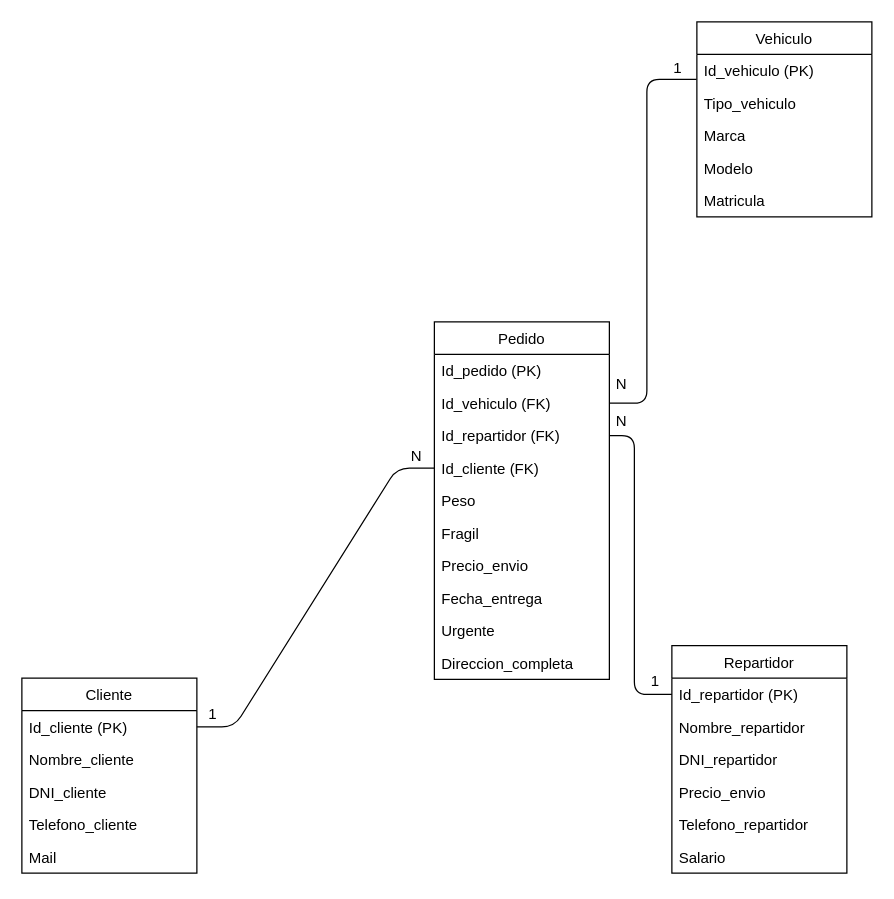
cjsampe/EMPRESA_REPARTO keeps this draw.io diagram as page "Page-2" (2 of 2) of Diagrama_REPARTO.drawio. Above is the earlier version. Source tidied: cells renumbered, new cells numbered last; positions are measured from the earlier drawing's top-left corner, leaving out a move shared by most shapes. Both pictures are drawn from the tidied source at 125%, with x=0, y=0 at pixel (21, 21).
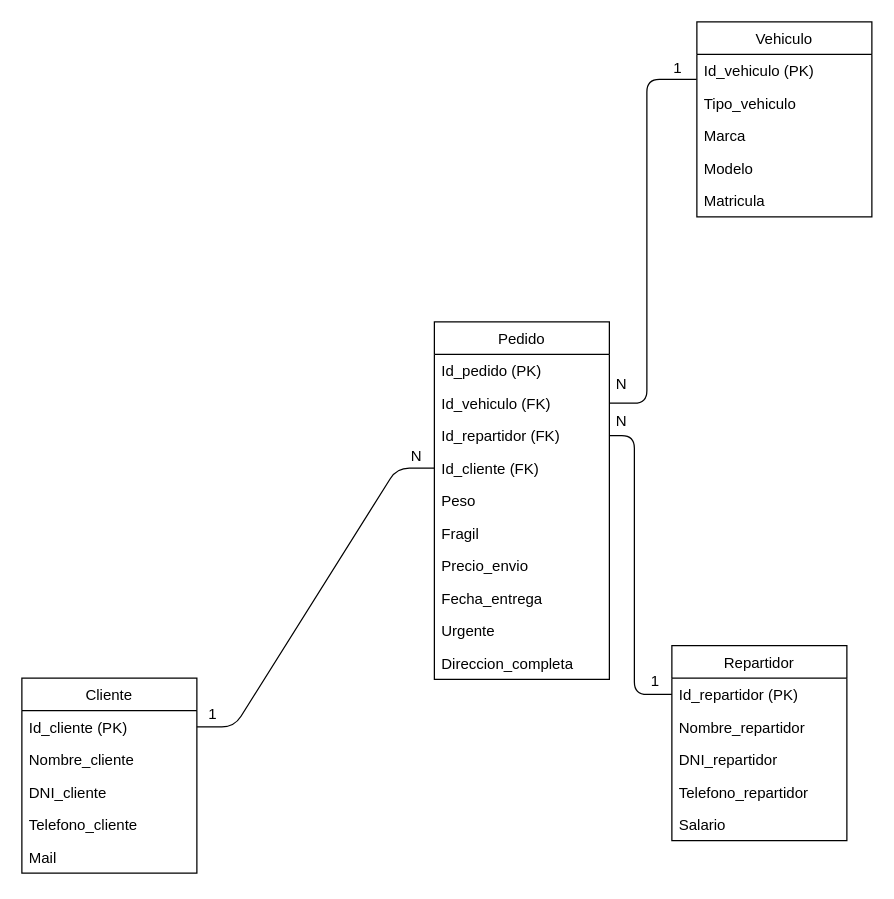
Above is the later version.

Diff of the diagram source:
```diff
@@
     <mxCell id="25" value="Repartidor" style="swimlane;fontStyle=0;horizontal=1;startSize=26;fillColor=none;" parent="1" vertex="1">
-      <mxGeometry x="520" y="499" width="140" height="182" as="geometry" />
+      <mxGeometry x="520" y="499" width="140" height="156" as="geometry" />
     </mxCell>
@@
-    <mxCell id="29" value="Precio_envio" style="text;strokeColor=none;fillColor=none;align=left;verticalAlign=top;spacingLeft=4;spacingRight=4;overflow=hidden;" parent="25" vertex="1">
-      <mxGeometry y="104" width="140" height="26" as="geometry" />
-    </mxCell>
     <mxCell id="30" value="Telefono_repartidor" style="text;strokeColor=none;fillColor=none;align=left;verticalAlign=top;spacingLeft=4;spacingRight=4;overflow=hidden;" parent="25" vertex="1">
-      <mxGeometry y="130" width="140" height="26" as="geometry" />
+      <mxGeometry y="104" width="140" height="26" as="geometry" />
     </mxCell>
     <mxCell id="31" value="Salario" style="text;strokeColor=none;fillColor=none;align=left;verticalAlign=top;spacingLeft=4;spacingRight=4;overflow=hidden;" parent="25" vertex="1">
-      <mxGeometry y="156" width="140" height="26" as="geometry" />
+      <mxGeometry y="130" width="140" height="26" as="geometry" />
     </mxCell>
```
